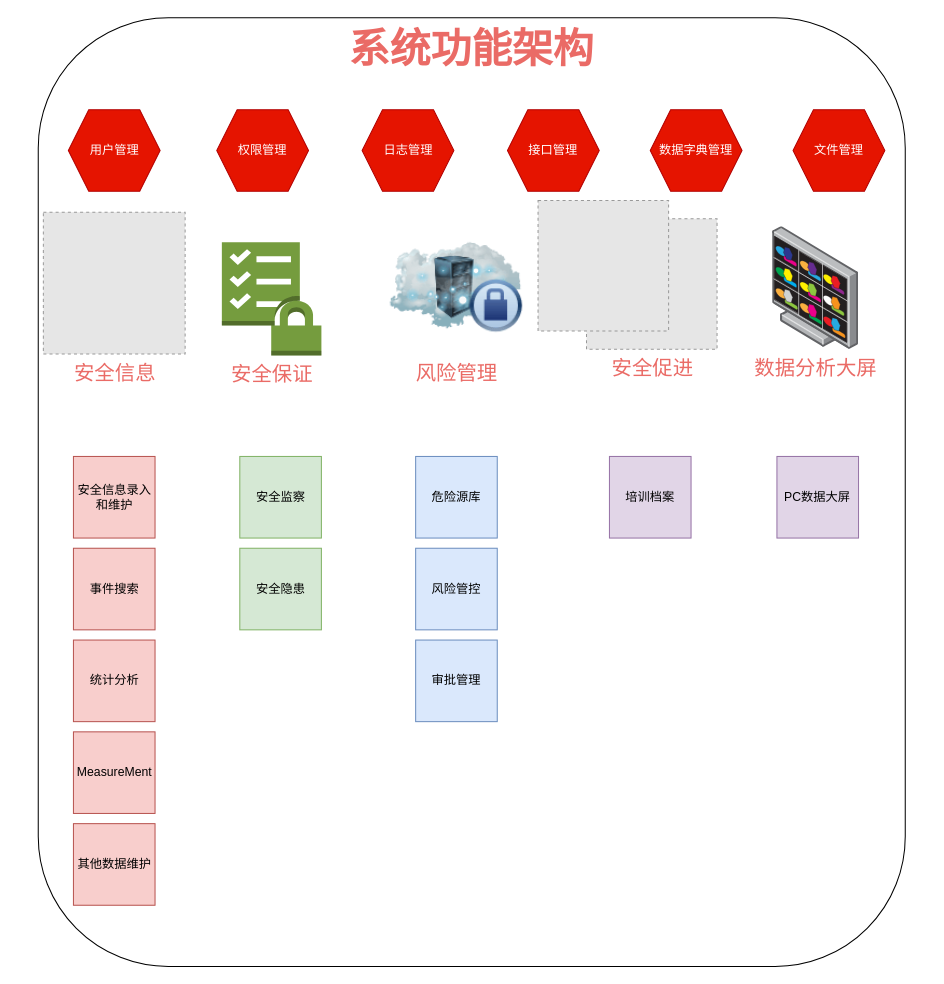
Above: SRMS应用架构图.drawio in newjacket/- (draw.io), before the change. Source tidied: cells renumbered, new cells numbered last; positions are measured from the earlier drawing's top-left corner, leaving out a move shared by most shapes. Both pictures are drawn from the tidied source at 102%, with x=0, y=0 at pixel (38, 17). Pictures stored in the file or linked from it are replaced by grey dashed boxes.
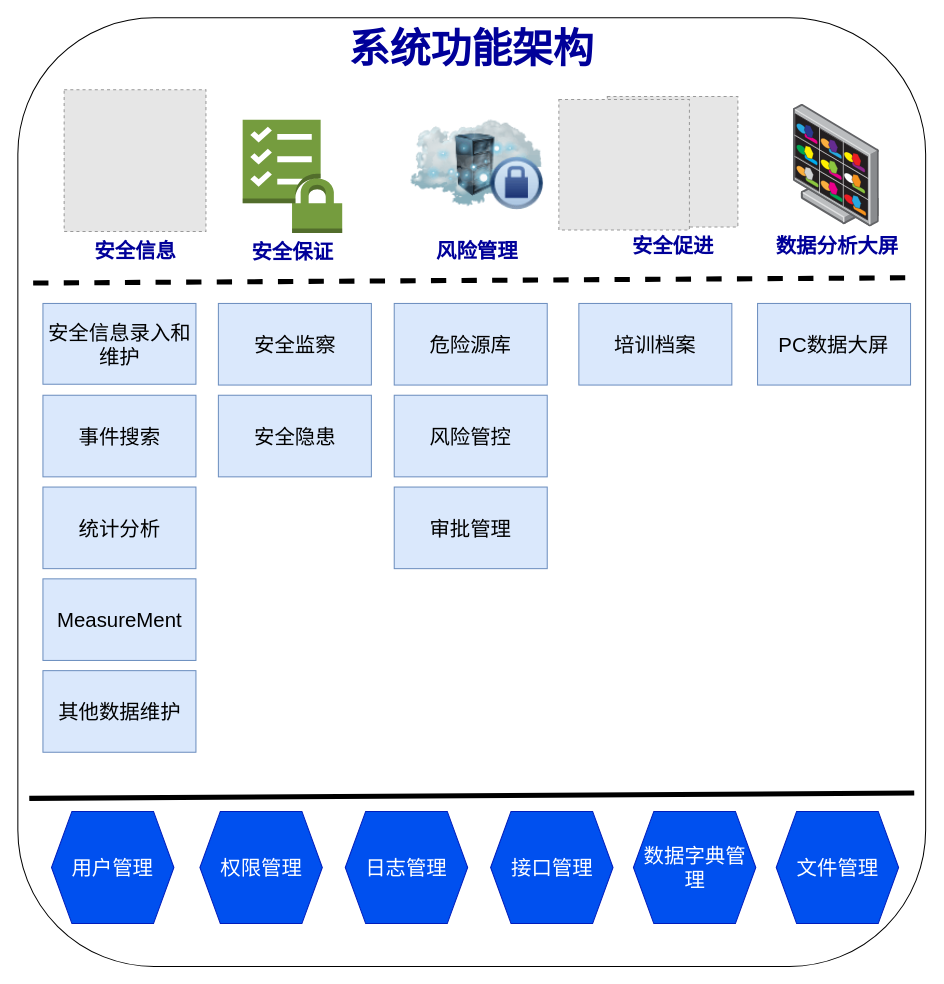
The same diagram, later.

Commit message (it also covers changes not shown here):
更新SRMS应用架构图.drawio

The edit, as a diff of the source:
```diff
@@
-    <mxCell id="2" value="&lt;font color=&quot;#ea6b66&quot; style=&quot;font-size: 40px;&quot;&gt;&lt;span style=&quot;font-size: 40px;&quot;&gt;系统功能架构&lt;/span&gt;&lt;/font&gt;" style="rounded=1;whiteSpace=wrap;html=1;fontSize=40;verticalAlign=top;fontStyle=1;" parent="1" vertex="1">
-      <mxGeometry width="850" height="930" as="geometry" />
+    <mxCell id="2" value="&lt;font style=&quot;font-size: 40px;&quot;&gt;&lt;span style=&quot;font-size: 40px;&quot;&gt;系统功能架构&lt;/span&gt;&lt;/font&gt;" style="rounded=1;whiteSpace=wrap;html=1;fontSize=40;verticalAlign=top;fontStyle=1;fontColor=#000099;" parent="1" vertex="1">
+      <mxGeometry x="-20" width="890" height="930" as="geometry" />
     </mxCell>
-    <mxCell id="3" value="安全信息" style="fillColor=#E6E6E6;strokeColor=#999999;dashed=1;html=1;verticalAlign=top;verticalLabelPosition=bottom;labelBackgroundColor=#ffffff;fontSize=20;fontColor=#EA6B66;" parent="1" vertex="1">
-      <mxGeometry x="5" y="190.5" width="139" height="139" as="geometry" />
+    <mxCell id="3" value="安全信息" style="fillColor=#E6E6E6;strokeColor=#999999;dashed=1;html=1;verticalAlign=top;verticalLabelPosition=bottom;labelBackgroundColor=#ffffff;fontSize=20;fontColor=#000099;fontStyle=1;" parent="1" vertex="1">
+      <mxGeometry x="25.4" y="70.5" width="139" height="139" as="geometry" />
     </mxCell>
-    <mxCell id="4" value="数据分析大屏" style="image;html=1;align=center;shadow=0;dashed=0;image=img/lib/allied_telesis/security/DVS_Surveillance_Monitor.svg;fontSize=20;fontColor=#EA6B66;" parent="1" vertex="1">
-      <mxGeometry x="720" y="204.7" width="84.2" height="120.3" as="geometry" />
+    <mxCell id="4" value="数据分析大屏" style="image;html=1;align=center;shadow=0;dashed=0;image=img/lib/allied_telesis/security/DVS_Surveillance_Monitor.svg;fontSize=20;fontColor=#000099;fontStyle=1;" parent="1" vertex="1">
+      <mxGeometry x="740.4" y="84.7" width="84.2" height="120.3" as="geometry" />
     </mxCell>
-    <mxCell id="5" value="&lt;font style=&quot;font-size: 20px;&quot; color=&quot;#ea6b66&quot;&gt;安全保证&lt;/font&gt;" style="dashed=0;verticalLabelPosition=bottom;verticalAlign=top;align=center;html=1;shape=mxgraph.aws3.checklist_security;fillColor=#759C3E;gradientColor=none;" parent="1" vertex="1">
-      <mxGeometry x="180" y="220" width="97.6" height="111" as="geometry" />
+    <mxCell id="5" value="&lt;font style=&quot;font-size: 20px;&quot;&gt;安全保证&lt;/font&gt;" style="dashed=0;verticalLabelPosition=bottom;verticalAlign=top;align=center;html=1;shape=mxgraph.aws3.checklist_security;fillColor=#759C3E;gradientColor=none;fontColor=#000099;fontStyle=1;fontSize=20;" parent="1" vertex="1">
+      <mxGeometry x="200.4" y="100" width="97.6" height="111" as="geometry" />
     </mxCell>
-    <mxCell id="6" value="&lt;font color=&quot;#ea6b66&quot; style=&quot;font-size: 20px;&quot;&gt;风险管理&lt;/font&gt;" style="image;html=1;image=img/lib/clip_art/networking/Cloud_Rack_Private_128x128.png;imageBackground=default;" parent="1" vertex="1">
-      <mxGeometry x="345" y="199.5" width="130" height="130" as="geometry" />
+    <mxCell id="6" value="&lt;font style=&quot;font-size: 20px;&quot;&gt;风险管理&lt;/font&gt;" style="image;html=1;image=img/lib/clip_art/networking/Cloud_Rack_Private_128x128.png;imageBackground=default;fontColor=#000099;fontStyle=1;fontSize=20;" parent="1" vertex="1">
+      <mxGeometry x="365.4" y="79.5" width="130" height="130" as="geometry" />
     </mxCell>
-    <mxCell id="7" style="group;" parent="1" vertex="1">
-      <mxGeometry x="490" y="179" width="175.5" height="146" as="geometry" />
+    <mxCell id="7" style="group;fontSize=20;" parent="1" vertex="1">
+      <mxGeometry x="510.4" y="80" width="175.5" height="146" as="geometry" />
     </mxCell>
-    <mxCell id="8" value="&lt;font style=&quot;font-size: 20px;&quot; color=&quot;#ea6b66&quot;&gt;安全促进&lt;/font&gt;" style="fillColor=#E6E6E6;strokeColor=#999999;dashed=1;html=1;verticalAlign=top;verticalLabelPosition=bottom;labelBackgroundColor=#ffffff;" parent="7" vertex="1">
-      <mxGeometry x="47.5" y="18" width="128" height="128" as="geometry" />
+    <mxCell id="8" value="&lt;font style=&quot;font-size: 20px;&quot;&gt;安全促进&lt;/font&gt;" style="fillColor=#E6E6E6;strokeColor=#999999;dashed=1;html=1;verticalAlign=top;verticalLabelPosition=bottom;labelBackgroundColor=#ffffff;fontColor=#000099;fontStyle=1;fontSize=20;" parent="7" vertex="1">
+      <mxGeometry x="47.5" y="-3" width="128" height="128" as="geometry" />
     </mxCell>
-    <mxCell id="9" style="fillColor=#E6E6E6;strokeColor=#999999;dashed=1;html=1;verticalAlign=top;verticalLabelPosition=bottom;labelBackgroundColor=#ffffff;" parent="7" vertex="1">
+    <mxCell id="9" style="fillColor=#E6E6E6;strokeColor=#999999;dashed=1;html=1;verticalAlign=top;verticalLabelPosition=bottom;labelBackgroundColor=#ffffff;fontSize=20;" parent="7" vertex="1">
       <mxGeometry width="128" height="128" as="geometry" />
     </mxCell>
-    <mxCell id="10" value="用户管理" style="shape=hexagon;perimeter=hexagonPerimeter2;whiteSpace=wrap;html=1;fixedSize=1;fillColor=#e51400;fontColor=#ffffff;strokeColor=#B20000;" parent="1" vertex="1">
-      <mxGeometry x="29.5" y="90" width="90" height="80" as="geometry" />
+    <mxCell id="10" value="用户管理" style="shape=hexagon;perimeter=hexagonPerimeter2;whiteSpace=wrap;html=1;fixedSize=1;fillColor=#0050ef;fontColor=#ffffff;strokeColor=#001DBC;fontSize=20;" parent="1" vertex="1">
+      <mxGeometry x="13" y="778" width="120" height="110" as="geometry" />
     </mxCell>
-    <mxCell id="11" value="权限管理" style="shape=hexagon;perimeter=hexagonPerimeter2;whiteSpace=wrap;html=1;fixedSize=1;fillColor=#e51400;fontColor=#ffffff;strokeColor=#B20000;" parent="1" vertex="1">
-      <mxGeometry x="175" y="90" width="90" height="80" as="geometry" />
+    <mxCell id="11" value="权限管理" style="shape=hexagon;perimeter=hexagonPerimeter2;whiteSpace=wrap;html=1;fixedSize=1;fillColor=#0050ef;fontColor=#ffffff;strokeColor=#001DBC;fontSize=20;" parent="1" vertex="1">
+      <mxGeometry x="158.5" y="778" width="120" height="110" as="geometry" />
     </mxCell>
-    <mxCell id="12" value="日志管理" style="shape=hexagon;perimeter=hexagonPerimeter2;whiteSpace=wrap;html=1;fixedSize=1;fillColor=#e51400;fontColor=#ffffff;strokeColor=#B20000;" parent="1" vertex="1">
-      <mxGeometry x="317.5" y="90" width="90" height="80" as="geometry" />
+    <mxCell id="12" value="日志管理" style="shape=hexagon;perimeter=hexagonPerimeter2;whiteSpace=wrap;html=1;fixedSize=1;fillColor=#0050ef;fontColor=#ffffff;strokeColor=#001DBC;fontSize=20;" parent="1" vertex="1">
+      <mxGeometry x="301" y="778" width="120" height="110" as="geometry" />
     </mxCell>
-    <mxCell id="13" value="接口管理" style="shape=hexagon;perimeter=hexagonPerimeter2;whiteSpace=wrap;html=1;fixedSize=1;fillColor=#e51400;fontColor=#ffffff;strokeColor=#B20000;" parent="1" vertex="1">
-      <mxGeometry x="460" y="90" width="90" height="80" as="geometry" />
+    <mxCell id="13" value="接口管理" style="shape=hexagon;perimeter=hexagonPerimeter2;whiteSpace=wrap;html=1;fixedSize=1;fillColor=#0050ef;fontColor=#ffffff;strokeColor=#001DBC;fontSize=20;" parent="1" vertex="1">
+      <mxGeometry x="443.5" y="778" width="120" height="110" as="geometry" />
     </mxCell>
-    <mxCell id="14" value="数据字典管理" style="shape=hexagon;perimeter=hexagonPerimeter2;whiteSpace=wrap;html=1;fixedSize=1;fillColor=#e51400;fontColor=#ffffff;strokeColor=#B20000;" parent="1" vertex="1">
-      <mxGeometry x="600" y="90" width="90" height="80" as="geometry" />
+    <mxCell id="14" value="数据字典管理" style="shape=hexagon;perimeter=hexagonPerimeter2;whiteSpace=wrap;html=1;fixedSize=1;fillColor=#0050ef;fontColor=#ffffff;strokeColor=#001DBC;fontSize=20;" parent="1" vertex="1">
+      <mxGeometry x="583.5" y="778" width="120" height="110" as="geometry" />
     </mxCell>
-    <mxCell id="15" value="文件管理" style="shape=hexagon;perimeter=hexagonPerimeter2;whiteSpace=wrap;html=1;fixedSize=1;fillColor=#e51400;fontColor=#ffffff;strokeColor=#B20000;" parent="1" vertex="1">
-      <mxGeometry x="740" y="90" width="90" height="80" as="geometry" />
+    <mxCell id="15" value="文件管理" style="shape=hexagon;perimeter=hexagonPerimeter2;whiteSpace=wrap;html=1;fixedSize=1;fillColor=#0050ef;fontColor=#ffffff;strokeColor=#001DBC;fontSize=20;" parent="1" vertex="1">
+      <mxGeometry x="723.5" y="778" width="120" height="110" as="geometry" />
     </mxCell>
-    <mxCell id="16" value="安全信息录入和维护" style="whiteSpace=wrap;html=1;fillColor=#f8cecc;strokeColor=#b85450;" parent="1" vertex="1">
-      <mxGeometry x="34.5" y="430" width="80" height="80" as="geometry" />
+    <mxCell id="16" value="安全信息录入和维护" style="whiteSpace=wrap;html=1;fillColor=#dae8fc;strokeColor=#6c8ebf;fontSize=20;" parent="1" vertex="1">
+      <mxGeometry x="4.6" y="280" width="150" height="79.2" as="geometry" />
     </mxCell>
-    <mxCell id="17" value="事件搜索" style="whiteSpace=wrap;html=1;fillColor=#f8cecc;strokeColor=#b85450;" parent="1" vertex="1">
-      <mxGeometry x="34.5" y="520" width="80" height="80" as="geometry" />
+    <mxCell id="17" value="事件搜索" style="whiteSpace=wrap;html=1;fillColor=#dae8fc;strokeColor=#6c8ebf;fontSize=20;" parent="1" vertex="1">
+      <mxGeometry x="4.6" y="370" width="150" height="80" as="geometry" />
     </mxCell>
-    <mxCell id="18" value="统计分析" style="whiteSpace=wrap;html=1;fillColor=#f8cecc;strokeColor=#b85450;" parent="1" vertex="1">
-      <mxGeometry x="34.5" y="610" width="80" height="80" as="geometry" />
+    <mxCell id="18" value="统计分析" style="whiteSpace=wrap;html=1;fillColor=#dae8fc;strokeColor=#6c8ebf;fontSize=20;" parent="1" vertex="1">
+      <mxGeometry x="4.6" y="460" width="150" height="80" as="geometry" />
     </mxCell>
-    <mxCell id="19" value="MeasureMent" style="whiteSpace=wrap;html=1;fillColor=#f8cecc;strokeColor=#b85450;" parent="1" vertex="1">
-      <mxGeometry x="34.5" y="700" width="80" height="80" as="geometry" />
+    <mxCell id="19" value="MeasureMent" style="whiteSpace=wrap;html=1;fillColor=#dae8fc;strokeColor=#6c8ebf;fontSize=20;" parent="1" vertex="1">
+      <mxGeometry x="4.6" y="550" width="150" height="80" as="geometry" />
     </mxCell>
-    <mxCell id="20" value="其他数据维护" style="whiteSpace=wrap;html=1;fillColor=#f8cecc;strokeColor=#b85450;" parent="1" vertex="1">
-      <mxGeometry x="34.5" y="790" width="80" height="80" as="geometry" />
+    <mxCell id="20" value="其他数据维护" style="whiteSpace=wrap;html=1;fillColor=#dae8fc;strokeColor=#6c8ebf;fontSize=20;" parent="1" vertex="1">
+      <mxGeometry x="4.6" y="640" width="150" height="80" as="geometry" />
     </mxCell>
-    <mxCell id="21" value="安全监察" style="whiteSpace=wrap;html=1;fillColor=#d5e8d4;strokeColor=#82b366;" parent="1" vertex="1">
-      <mxGeometry x="197.6" y="430" width="80" height="80" as="geometry" />
+    <mxCell id="21" value="安全监察" style="whiteSpace=wrap;html=1;fillColor=#dae8fc;strokeColor=#6c8ebf;fontSize=20;" parent="1" vertex="1">
+      <mxGeometry x="176.6" y="280" width="150" height="80" as="geometry" />
     </mxCell>
-    <mxCell id="22" value="安全隐患" style="whiteSpace=wrap;html=1;fillColor=#d5e8d4;strokeColor=#82b366;" parent="1" vertex="1">
-      <mxGeometry x="197.6" y="520" width="80" height="80" as="geometry" />
+    <mxCell id="22" value="安全隐患" style="whiteSpace=wrap;html=1;fillColor=#dae8fc;strokeColor=#6c8ebf;fontSize=20;" parent="1" vertex="1">
+      <mxGeometry x="176.6" y="370" width="150" height="80" as="geometry" />
     </mxCell>
-    <mxCell id="23" value="风险管控" style="whiteSpace=wrap;html=1;fillColor=#dae8fc;strokeColor=#6c8ebf;" parent="1" vertex="1">
-      <mxGeometry x="370" y="520" width="80" height="80" as="geometry" />
+    <mxCell id="23" value="风险管控" style="whiteSpace=wrap;html=1;fillColor=#dae8fc;strokeColor=#6c8ebf;fontSize=20;" parent="1" vertex="1">
+      <mxGeometry x="349" y="370" width="150" height="80" as="geometry" />
     </mxCell>
-    <mxCell id="24" value="危险源库" style="whiteSpace=wrap;html=1;fillColor=#dae8fc;strokeColor=#6c8ebf;" parent="1" vertex="1">
-      <mxGeometry x="370" y="430" width="80" height="80" as="geometry" />
+    <mxCell id="24" value="危险源库" style="whiteSpace=wrap;html=1;fillColor=#dae8fc;strokeColor=#6c8ebf;fontSize=20;" parent="1" vertex="1">
+      <mxGeometry x="349" y="280" width="150" height="80" as="geometry" />
     </mxCell>
-    <mxCell id="25" value="审批管理" style="whiteSpace=wrap;html=1;fillColor=#dae8fc;strokeColor=#6c8ebf;" parent="1" vertex="1">
-      <mxGeometry x="370" y="610" width="80" height="80" as="geometry" />
+    <mxCell id="25" value="审批管理" style="whiteSpace=wrap;html=1;fillColor=#dae8fc;strokeColor=#6c8ebf;fontSize=20;" parent="1" vertex="1">
+      <mxGeometry x="349" y="460" width="150" height="80" as="geometry" />
     </mxCell>
-    <mxCell id="26" value="培训档案" style="whiteSpace=wrap;html=1;fillColor=#e1d5e7;strokeColor=#9673a6;" parent="1" vertex="1">
-      <mxGeometry x="560" y="430" width="80" height="80" as="geometry" />
+    <mxCell id="26" value="培训档案" style="whiteSpace=wrap;html=1;fillColor=#dae8fc;strokeColor=#6c8ebf;fontSize=20;" parent="1" vertex="1">
+      <mxGeometry x="530" y="280" width="150" height="80" as="geometry" />
     </mxCell>
-    <mxCell id="27" value="PC数据大屏" style="whiteSpace=wrap;html=1;fillColor=#e1d5e7;strokeColor=#9673a6;" parent="1" vertex="1">
-      <mxGeometry x="724.2" y="430" width="80" height="80" as="geometry" />
+    <mxCell id="27" value="PC数据大屏" style="whiteSpace=wrap;html=1;fillColor=#dae8fc;strokeColor=#6c8ebf;fontSize=20;" parent="1" vertex="1">
+      <mxGeometry x="705.2" y="280" width="150" height="80" as="geometry" />
     </mxCell>
+    <mxCell id="28" style="endArrow=none;html=1;rounded=0;entryX=1.009;entryY=0.274;entryDx=0;entryDy=0;entryPerimeter=0;strokeWidth=5;dashed=1;fontSize=20;" parent="1" edge="1">
+      <mxGeometry relative="1" as="geometry">
+        <mxPoint x="-5" y="260" as="sourcePoint" />
+        <mxPoint x="862.6" y="254.8" as="targetPoint" />
+      </mxGeometry>
+    </mxCell>
+    <mxCell id="29" style="endArrow=none;html=1;rounded=0;entryX=1.009;entryY=0.274;entryDx=0;entryDy=0;entryPerimeter=0;strokeWidth=5;fontSize=20;" parent="1" edge="1">
+      <mxGeometry relative="1" as="geometry">
+        <mxPoint x="-8.8" y="765.2" as="sourcePoint" />
+        <mxPoint x="858.8" y="760" as="targetPoint" />
+      </mxGeometry>
+    </mxCell>
```
